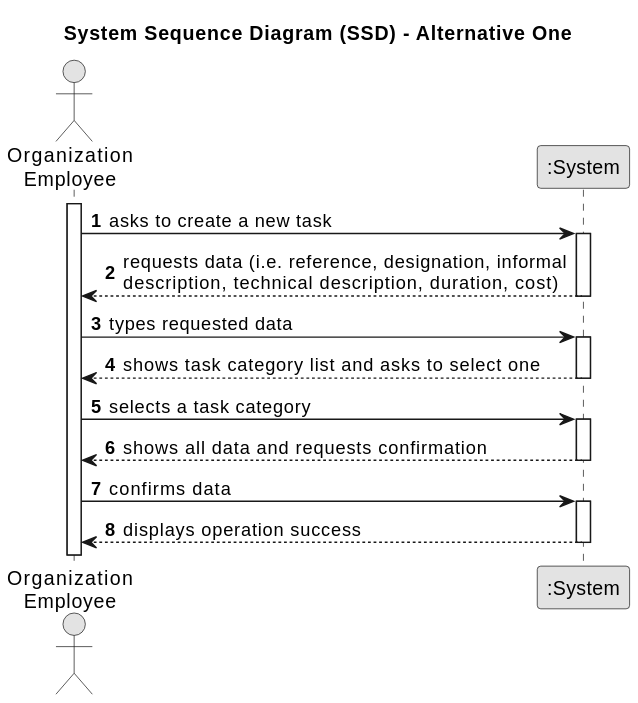
The PlantUML diagram docs/sprintA/us001/01.requirements-engineering/svg/us001-system-sequence-diagram.svg in Mendoncaa/LAPR2, before a commit.
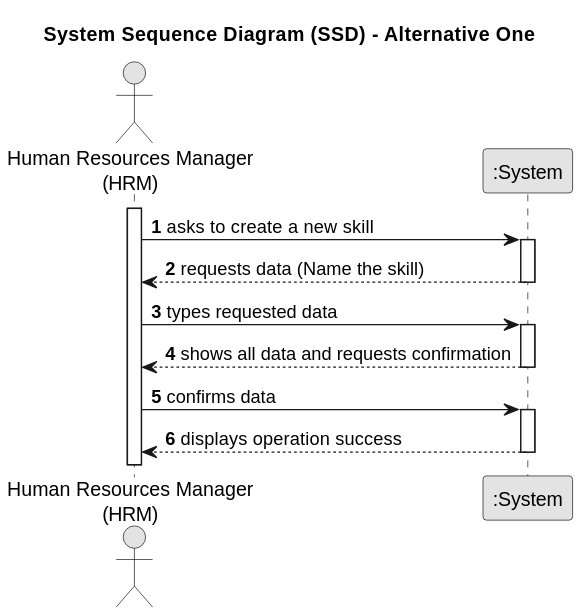
Later version of the same file.

Diff of the diagram source:
```diff
@@ -7,31 +7,25 @@
 
 autonumber
 
-actor "Organization\nEmployee" as Employee
+actor "Human Resources Manager\n(HRM)" as Employee
 participant ":System" as System
 
 activate Employee
 
-    Employee -> System : asks to create a new task
+    Employee -> System : asks to create a new skill
     activate System
 
-        System --> Employee : requests data (i.e. reference, designation, informal\ndescription, technical description, duration, cost)
+        System --> Employee : requests data (Name the skill)
     deactivate System
 
     Employee -> System : types requested data
     activate System
 
-        System --> Employee : shows task category list and asks to select one
-    deactivate System
+    System --> Employee : shows all data and requests confirmation
+        deactivate System
 
-    Employee -> System : selects a task category
-    activate System
-
-        System --> Employee : shows all data and requests confirmation
-    deactivate System
-
-    Employee -> System : confirms data
-    activate System
+        Employee -> System : confirms data
+        activate System
 
         System --> Employee : displays operation success
     deactivate System
```
